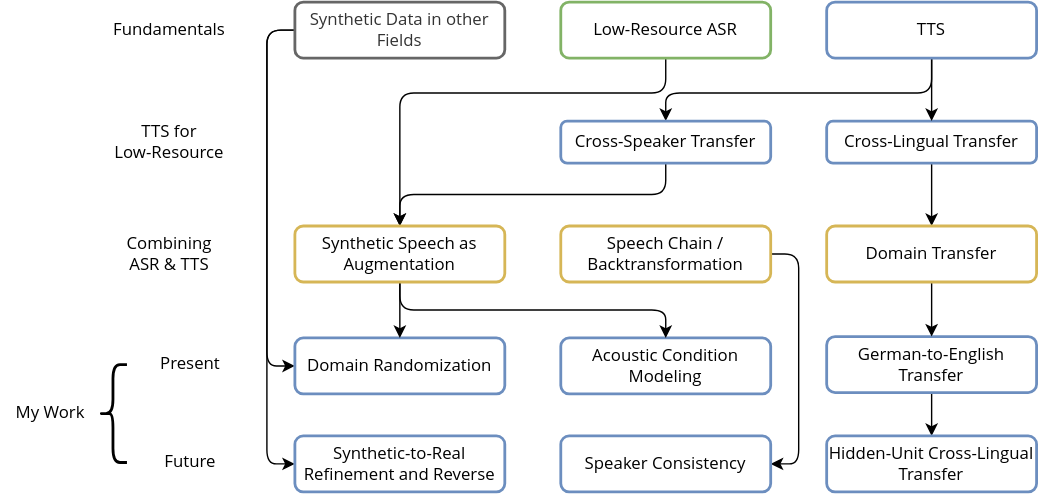
Before: _images/roadmap.svg, a diagram exported from draw.io (MiniXC/tts-for-asr). Source tidied: cells renumbered, new cells last; positions are measured from the earlier drawing's top-left corner, leaving out a move shared by most shapes.
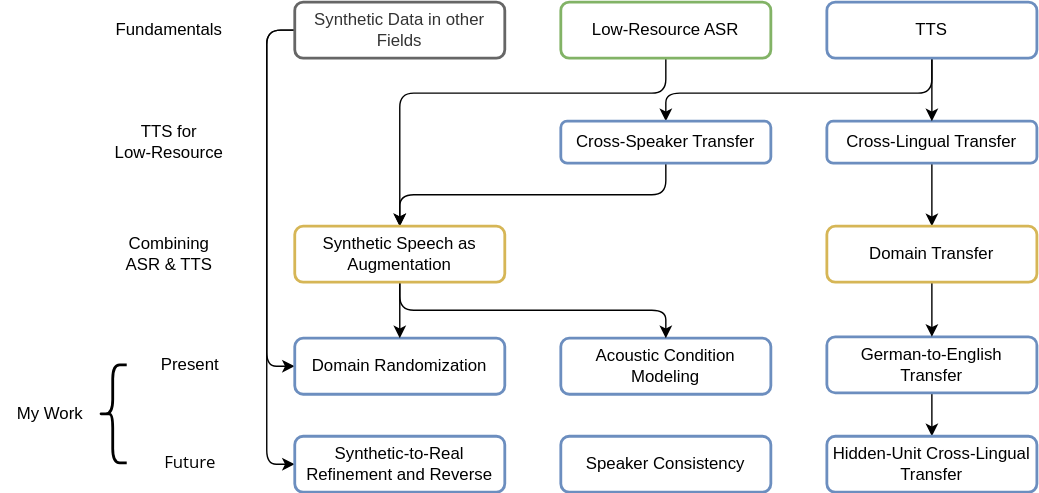
After the commit.

Diff of the diagram source:
```diff
@@ -8,19 +8,13 @@
     <mxCell id="3" style="edgeStyle=orthogonalEdgeStyle;rounded=1;jettySize=auto;html=1;exitX=0;exitY=0.5;exitDx=0;exitDy=0;entryX=0;entryY=0.5;entryDx=0;entryDy=0;fontFamily=Open Sans;fontSource=https%3A%2F%2Ffonts.googleapis.com%2Fcss%3Ffamily%3DOpen%2BSans;" parent="1" edge="1" source="4" target="12">
       <mxGeometry relative="1" as="geometry" />
     </mxCell>
-    <mxCell id="4" value="&lt;font face=&quot;Open Sans&quot;&gt;Synthetic Data in other Fields&lt;/font&gt;" style="rounded=1;whiteSpace=wrap;html=1;strokeColor=#666666;strokeWidth=2;fillColor=none;fontColor=#333333;" parent="1" vertex="1">
+    <mxCell id="4" value="&lt;font face=&quot;Helvetica&quot;&gt;Synthetic Data in other Fields&lt;/font&gt;" style="rounded=1;whiteSpace=wrap;html=1;strokeColor=#666666;strokeWidth=2;fillColor=none;fontColor=#333333;" parent="1" vertex="1">
       <mxGeometry x="210" width="150" height="40" as="geometry" />
     </mxCell>
-    <mxCell id="5" style="edgeStyle=orthogonalEdgeStyle;rounded=1;jettySize=auto;html=1;exitX=1;exitY=0.5;exitDx=0;exitDy=0;entryX=1;entryY=0.5;entryDx=0;entryDy=0;" parent="1" edge="1" source="6" target="32">
-      <mxGeometry relative="1" as="geometry" />
-    </mxCell>
-    <mxCell id="6" value="&lt;font face=&quot;Open Sans&quot;&gt;Speech Chain / Backtransformation&lt;/font&gt;" style="rounded=1;whiteSpace=wrap;html=1;strokeColor=#d6b656;strokeWidth=2;fillColor=none;" parent="1" vertex="1">
-      <mxGeometry x="400" y="160" width="150" height="40" as="geometry" />
-    </mxCell>
     <mxCell id="7" style="edgeStyle=orthogonalEdgeStyle;rounded=0;jettySize=auto;html=1;exitX=0.5;exitY=1;exitDx=0;exitDy=0;entryX=0.5;entryY=0;entryDx=0;entryDy=0;" parent="1" edge="1" source="8" target="31">
       <mxGeometry relative="1" as="geometry" />
     </mxCell>
-    <mxCell id="8" value="&lt;font face=&quot;Open Sans&quot;&gt;Cross-Lingual Transfer&lt;/font&gt;" style="rounded=1;whiteSpace=wrap;html=1;strokeColor=#6c8ebf;strokeWidth=2;fillColor=none;" parent="1" vertex="1">
+    <mxCell id="8" value="&lt;font face=&quot;Helvetica&quot;&gt;Cross-Lingual Transfer&lt;/font&gt;" style="rounded=1;whiteSpace=wrap;html=1;strokeColor=#6c8ebf;strokeWidth=2;fillColor=none;" parent="1" vertex="1">
       <mxGeometry x="590" y="85" width="150" height="30" as="geometry" />
     </mxCell>
     <mxCell id="9" style="edgeStyle=orthogonalEdgeStyle;rounded=1;jettySize=auto;html=1;exitX=0.5;exitY=1;exitDx=0;exitDy=0;entryX=0.5;entryY=0;entryDx=0;entryDy=0;fontFamily=Open Sans;fontSource=https%3A%2F%2Ffonts.googleapis.com%2Fcss%3Ffamily%3DOpen%2BSans;" parent="1" edge="1" source="10" target="28">
@@ -31,22 +25,22 @@
         </Array>
       </mxGeometry>
     </mxCell>
-    <mxCell id="10" value="&lt;font face=&quot;Open Sans&quot;&gt;Low-Resource ASR&lt;br&gt;&lt;/font&gt;" style="rounded=1;whiteSpace=wrap;html=1;strokeColor=#82b366;strokeWidth=2;fillColor=none;" parent="1" vertex="1">
+    <mxCell id="10" value="&lt;font face=&quot;Helvetica&quot;&gt;Low-Resource ASR&lt;br&gt;&lt;/font&gt;" style="rounded=1;whiteSpace=wrap;html=1;strokeColor=#82b366;strokeWidth=2;fillColor=none;" parent="1" vertex="1">
       <mxGeometry x="400" width="150" height="40" as="geometry" />
     </mxCell>
-    <mxCell id="11" value="&lt;font face=&quot;Open Sans&quot;&gt;Synthetic-to-Real Refinement and Reverse&lt;br&gt;&lt;/font&gt;" style="rounded=1;whiteSpace=wrap;html=1;strokeColor=#6c8ebf;strokeWidth=2;fillColor=none;" parent="1" vertex="1">
+    <mxCell id="11" value="&lt;font face=&quot;Helvetica&quot;&gt;Synthetic-to-Real Refinement and Reverse&lt;br&gt;&lt;/font&gt;" style="rounded=1;whiteSpace=wrap;html=1;strokeColor=#6c8ebf;strokeWidth=2;fillColor=none;" parent="1" vertex="1">
       <mxGeometry x="210" y="310" width="150" height="40" as="geometry" />
     </mxCell>
-    <mxCell id="12" value="&lt;font face=&quot;Open Sans&quot;&gt;Domain Randomization&lt;/font&gt;" style="rounded=1;whiteSpace=wrap;html=1;strokeColor=#6c8ebf;strokeWidth=2;fillColor=none;" parent="1" vertex="1">
+    <mxCell id="12" value="&lt;font face=&quot;Helvetica&quot;&gt;Domain Randomization&lt;/font&gt;" style="rounded=1;whiteSpace=wrap;html=1;strokeColor=#6c8ebf;strokeWidth=2;fillColor=none;" parent="1" vertex="1">
       <mxGeometry x="210" y="240" width="150" height="40" as="geometry" />
     </mxCell>
     <mxCell id="13" value="Future" style="text;html=1;align=center;verticalAlign=middle;strokeColor=none;fillColor=none;fontFamily=Open Sans;" parent="1" vertex="1">
       <mxGeometry x="105" y="314" width="60" height="30" as="geometry" />
     </mxCell>
-    <mxCell id="14" value="Present" style="text;html=1;align=center;verticalAlign=middle;strokeColor=none;fillColor=none;fontFamily=Open Sans;" parent="1" vertex="1">
-      <mxGeometry x="100" y="244" width="70" height="30" as="geometry" />
+    <mxCell id="14" value="&lt;font face=&quot;Helvetica&quot;&gt;Present&lt;/font&gt;" style="text;html=1;align=center;verticalAlign=middle;strokeColor=none;fillColor=none;fontFamily=Open Sans;" parent="1" vertex="1">
+      <mxGeometry x="105" y="244" width="60" height="30" as="geometry" />
     </mxCell>
-    <mxCell id="15" value="Fundamentals" style="text;html=1;align=center;verticalAlign=middle;strokeColor=none;fillColor=none;fontFamily=Open Sans;" parent="1" vertex="1">
+    <mxCell id="15" value="&lt;font face=&quot;Helvetica&quot;&gt;Fundamentals&lt;/font&gt;" style="text;html=1;align=center;verticalAlign=middle;strokeColor=none;fillColor=none;fontFamily=Open Sans;" parent="1" vertex="1">
       <mxGeometry x="70" y="5" width="100" height="30" as="geometry" />
     </mxCell>
     <mxCell id="16" style="edgeStyle=orthogonalEdgeStyle;rounded=1;jettySize=auto;html=1;exitX=0.5;exitY=1;exitDx=0;exitDy=0;entryX=0.5;entryY=0;entryDx=0;entryDy=0;fontFamily=Open Sans;fontSource=https%3A%2F%2Ffonts.googleapis.com%2Fcss%3Ffamily%3DOpen%2BSans;" parent="1" edge="1" source="18" target="8">
@@ -60,10 +54,10 @@
         </Array>
       </mxGeometry>
     </mxCell>
-    <mxCell id="18" value="&lt;font face=&quot;Open Sans&quot;&gt;TTS&lt;/font&gt;" style="rounded=1;whiteSpace=wrap;html=1;strokeColor=#6c8ebf;strokeWidth=2;fillColor=none;" parent="1" vertex="1">
+    <mxCell id="18" value="&lt;font face=&quot;Helvetica&quot;&gt;TTS&lt;/font&gt;" style="rounded=1;whiteSpace=wrap;html=1;strokeColor=#6c8ebf;strokeWidth=2;fillColor=none;" parent="1" vertex="1">
       <mxGeometry x="590" width="150" height="40" as="geometry" />
     </mxCell>
-    <mxCell id="19" value="My Work" style="text;html=1;align=center;verticalAlign=middle;strokeColor=none;fillColor=none;fontFamily=Open Sans;" parent="1" vertex="1">
+    <mxCell id="19" value="&lt;font face=&quot;Helvetica&quot;&gt;My Work&lt;/font&gt;" style="text;html=1;align=center;verticalAlign=middle;strokeColor=none;fillColor=none;fontFamily=Open Sans;" parent="1" vertex="1">
       <mxGeometry y="279" width="70" height="30" as="geometry" />
     </mxCell>
     <mxCell id="20" style="shape=curlyBracket;whiteSpace=wrap;html=1;rounded=1;fontFamily=Open Sans;fontSource=https%3A%2F%2Ffonts.googleapis.com%2Fcss%3Ffamily%3DOpen%2BSans;strokeColor=default;strokeWidth=2;fillColor=none;" parent="1" vertex="1">
@@ -72,16 +66,16 @@
     <mxCell id="21" style="edgeStyle=orthogonalEdgeStyle;rounded=1;jettySize=auto;html=1;exitX=0.5;exitY=1;exitDx=0;exitDy=0;entryX=0.5;entryY=0;entryDx=0;entryDy=0;" parent="1" edge="1" source="22" target="34">
       <mxGeometry relative="1" as="geometry" />
     </mxCell>
-    <mxCell id="22" value="&lt;font face=&quot;Open Sans&quot;&gt;German-to-English Transfer&lt;/font&gt;" style="rounded=1;whiteSpace=wrap;html=1;strokeColor=#6c8ebf;strokeWidth=2;fillColor=none;" parent="1" vertex="1">
+    <mxCell id="22" value="&lt;font face=&quot;Helvetica&quot;&gt;German-to-English Transfer&lt;/font&gt;" style="rounded=1;whiteSpace=wrap;html=1;strokeColor=#6c8ebf;strokeWidth=2;fillColor=none;" parent="1" vertex="1">
       <mxGeometry x="590" y="239" width="150" height="40" as="geometry" />
     </mxCell>
-    <mxCell id="23" value="&lt;font face=&quot;Open Sans&quot;&gt;Acoustic Condition Modeling&lt;br&gt;&lt;/font&gt;" style="rounded=1;whiteSpace=wrap;html=1;strokeColor=#6c8ebf;strokeWidth=2;fillColor=none;" parent="1" vertex="1">
+    <mxCell id="23" value="&lt;font face=&quot;Helvetica&quot;&gt;Acoustic Condition Modeling&lt;br&gt;&lt;/font&gt;" style="rounded=1;whiteSpace=wrap;html=1;strokeColor=#6c8ebf;strokeWidth=2;fillColor=none;" parent="1" vertex="1">
       <mxGeometry x="400" y="240" width="150" height="40" as="geometry" />
     </mxCell>
     <mxCell id="24" style="edgeStyle=orthogonalEdgeStyle;rounded=1;jettySize=auto;html=1;exitX=0.5;exitY=1;exitDx=0;exitDy=0;entryX=0.5;entryY=0;entryDx=0;entryDy=0;fontFamily=Open Sans;fontSource=https%3A%2F%2Ffonts.googleapis.com%2Fcss%3Ffamily%3DOpen%2BSans;" parent="1" edge="1" source="25" target="28">
       <mxGeometry relative="1" as="geometry" />
     </mxCell>
-    <mxCell id="25" value="&lt;font face=&quot;Open Sans&quot;&gt;Cross-Speaker Transfer&lt;/font&gt;" style="rounded=1;whiteSpace=wrap;html=1;strokeColor=#6c8ebf;strokeWidth=2;fillColor=none;" parent="1" vertex="1">
+    <mxCell id="25" value="&lt;font face=&quot;Helvetica&quot;&gt;Cross-Speaker Transfer&lt;/font&gt;" style="rounded=1;whiteSpace=wrap;html=1;strokeColor=#6c8ebf;strokeWidth=2;fillColor=none;" parent="1" vertex="1">
       <mxGeometry x="400" y="85" width="150" height="30" as="geometry" />
     </mxCell>
     <mxCell id="26" style="edgeStyle=orthogonalEdgeStyle;rounded=1;jettySize=auto;html=1;exitX=0.5;exitY=1;exitDx=0;exitDy=0;entryX=0.5;entryY=0;entryDx=0;entryDy=0;fontFamily=Open Sans;fontSource=https%3A%2F%2Ffonts.googleapis.com%2Fcss%3Ffamily%3DOpen%2BSans;" parent="1" edge="1" source="28" target="12">
@@ -90,25 +84,25 @@
     <mxCell id="27" style="edgeStyle=orthogonalEdgeStyle;rounded=1;jettySize=auto;html=1;exitX=0.5;exitY=1;exitDx=0;exitDy=0;entryX=0.5;entryY=0;entryDx=0;entryDy=0;fontFamily=Open Sans;fontSource=https%3A%2F%2Ffonts.googleapis.com%2Fcss%3Ffamily%3DOpen%2BSans;" parent="1" edge="1" source="28" target="23">
       <mxGeometry relative="1" as="geometry" />
     </mxCell>
-    <mxCell id="28" value="&lt;font face=&quot;Open Sans&quot;&gt;Synthetic Speech as Augmentation&lt;/font&gt;" style="rounded=1;whiteSpace=wrap;html=1;strokeColor=#d6b656;strokeWidth=2;fillColor=none;" parent="1" vertex="1">
+    <mxCell id="28" value="&lt;font face=&quot;Helvetica&quot;&gt;Synthetic Speech as Augmentation&lt;/font&gt;" style="rounded=1;whiteSpace=wrap;html=1;strokeColor=#d6b656;strokeWidth=2;fillColor=none;" parent="1" vertex="1">
       <mxGeometry x="210" y="160" width="150" height="40" as="geometry" />
     </mxCell>
-    <mxCell id="29" value="TTS for&lt;br&gt;Low-Resource" style="text;html=1;align=center;verticalAlign=middle;strokeColor=none;fillColor=none;fontFamily=Open Sans;" parent="1" vertex="1">
-      <mxGeometry x="70" y="80" width="100" height="40" as="geometry" />
+    <mxCell id="29" value="&lt;font face=&quot;Helvetica&quot;&gt;TTS for&lt;br&gt;Low-Resource&lt;/font&gt;" style="text;html=1;align=center;verticalAlign=middle;strokeColor=none;fillColor=none;fontFamily=Open Sans;" parent="1" vertex="1">
+      <mxGeometry x="70" y="75" width="100" height="50" as="geometry" />
     </mxCell>
     <mxCell id="30" style="edgeStyle=orthogonalEdgeStyle;rounded=0;jettySize=auto;html=1;exitX=0.5;exitY=1;exitDx=0;exitDy=0;entryX=0.5;entryY=0;entryDx=0;entryDy=0;" parent="1" edge="1" source="31" target="22">
       <mxGeometry relative="1" as="geometry" />
     </mxCell>
-    <mxCell id="31" value="&lt;font face=&quot;Open Sans&quot;&gt;Domain Transfer&lt;/font&gt;" style="rounded=1;whiteSpace=wrap;html=1;strokeColor=#d6b656;strokeWidth=2;fillColor=none;" parent="1" vertex="1">
+    <mxCell id="31" value="&lt;font face=&quot;Helvetica&quot;&gt;Domain Transfer&lt;/font&gt;" style="rounded=1;whiteSpace=wrap;html=1;strokeColor=#d6b656;strokeWidth=2;fillColor=none;" parent="1" vertex="1">
       <mxGeometry x="590" y="160" width="150" height="40" as="geometry" />
     </mxCell>
-    <mxCell id="32" value="&lt;font face=&quot;Open Sans&quot;&gt;Speaker Consistency&lt;br&gt;&lt;/font&gt;" style="rounded=1;whiteSpace=wrap;html=1;strokeColor=#6c8ebf;strokeWidth=2;fillColor=none;" parent="1" vertex="1">
+    <mxCell id="32" value="&lt;font face=&quot;Helvetica&quot;&gt;Speaker Consistency&lt;br&gt;&lt;/font&gt;" style="rounded=1;whiteSpace=wrap;html=1;strokeColor=#6c8ebf;strokeWidth=2;fillColor=none;" parent="1" vertex="1">
       <mxGeometry x="400" y="310" width="150" height="40" as="geometry" />
     </mxCell>
-    <mxCell id="33" value="Combining&lt;br&gt;ASR &amp;amp; TTS" style="text;html=1;align=center;verticalAlign=middle;strokeColor=none;fillColor=none;fontFamily=Open Sans;" parent="1" vertex="1">
-      <mxGeometry x="80" y="160" width="80" height="40" as="geometry" />
+    <mxCell id="33" value="&lt;font face=&quot;Helvetica&quot;&gt;Combining&lt;br&gt;ASR &amp;amp; TTS&lt;/font&gt;" style="text;html=1;align=center;verticalAlign=middle;strokeColor=none;fillColor=none;fontFamily=Open Sans;" parent="1" vertex="1">
+      <mxGeometry x="75" y="155" width="90" height="50" as="geometry" />
     </mxCell>
-    <mxCell id="34" value="&lt;font face=&quot;Open Sans&quot;&gt;Hidden-Unit Cross-Lingual Transfer&lt;/font&gt;" style="rounded=1;whiteSpace=wrap;html=1;strokeColor=#6c8ebf;strokeWidth=2;fillColor=none;" parent="1" vertex="1">
+    <mxCell id="34" value="&lt;font face=&quot;Helvetica&quot;&gt;Hidden-Unit Cross-Lingual Transfer&lt;/font&gt;" style="rounded=1;whiteSpace=wrap;html=1;strokeColor=#6c8ebf;strokeWidth=2;fillColor=none;" parent="1" vertex="1">
       <mxGeometry x="590" y="310" width="150" height="40" as="geometry" />
     </mxCell>
   </root>
```
